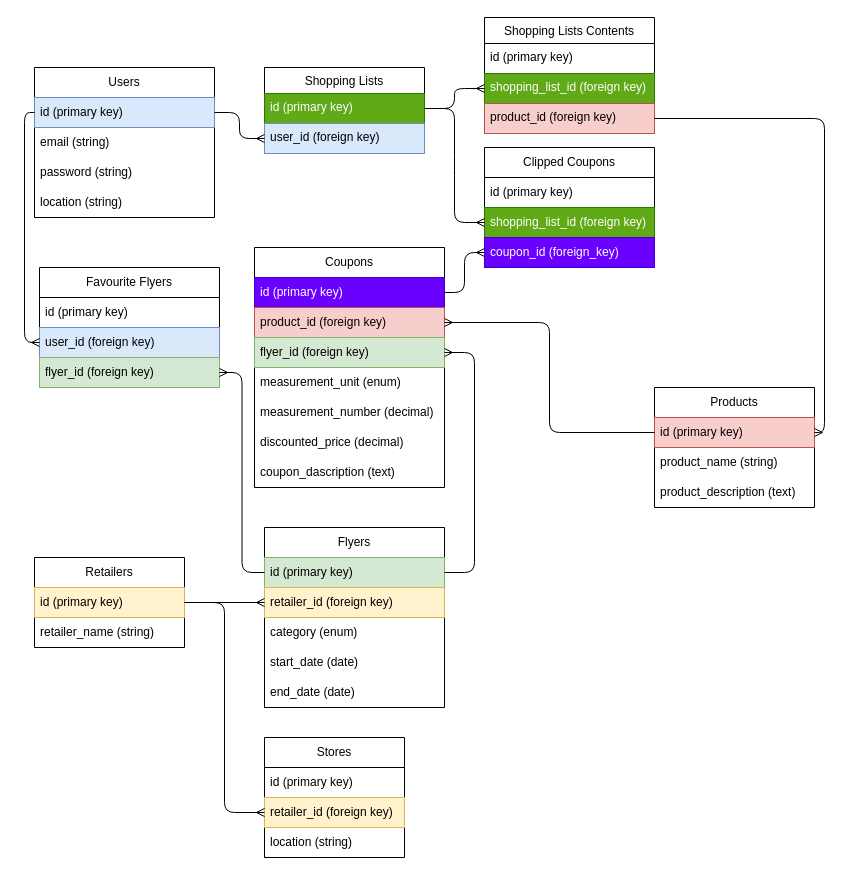
Before: db-schema/relational_data_model.drawio in LaraCroftDev/flipp-app, a draw.io diagram. Source tidied: cells renumbered, new cells numbered last; positions are measured from the earlier drawing's top-left corner, leaving out a move shared by most shapes. Both pictures are drawn from the tidied source at 100%, with x=0, y=0 at pixel (34, 17).
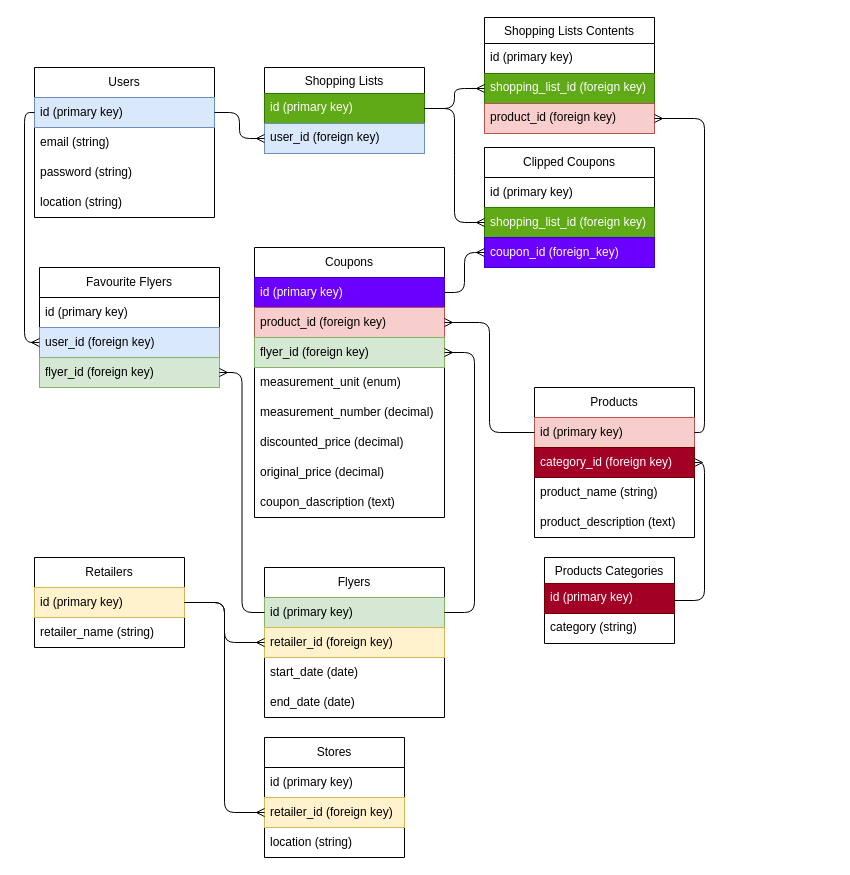
After the change.

Commit message:
updated relational data model

Unchanged cells that the change refers to:
```xml
<mxCell id="23" value="id (primary key)" style="text;strokeColor=#b85450;fillColor=#f8cecc;align=left;verticalAlign=middle;spacingLeft=4;spacingRight=4;overflow=hidden;points=[[0,0.5],[1,0.5]];portConstraint=eastwest;whiteSpace=wrap;html=1;" parent="22" vertex="1">
  <mxGeometry y="30" width="160" height="30" as="geometry" />
</mxCell>
<mxCell id="42" value="product_id (foreign key)" style="text;strokeColor=#b85450;fillColor=#f8cecc;spacingLeft=4;spacingRight=4;overflow=hidden;points=[[0,0.5],[1,0.5]];portConstraint=eastwest;fontSize=12;" parent="39" vertex="1">
  <mxGeometry y="86" width="170" height="30" as="geometry" />
</mxCell>
```

Diff of the diagram source:
```diff
@@
     <mxCell id="15" value="Flyers" style="swimlane;fontStyle=0;horizontal=1;startSize=30;whiteSpace=wrap;html=1;" parent="1" vertex="1">
-      <mxGeometry x="230" y="510" width="180" height="180" as="geometry" />
+      <mxGeometry x="230" y="550" width="180" height="150" as="geometry" />
     </mxCell>
@@
-    <mxCell id="18" value="category (enum)" style="text;strokeColor=none;fillColor=none;align=left;verticalAlign=middle;spacingLeft=4;spacingRight=4;overflow=hidden;whiteSpace=wrap;html=1;" parent="15" vertex="1">
-      <mxGeometry y="90" width="180" height="30" as="geometry" />
-    </mxCell>
     <mxCell id="19" value="start_date (date)" style="text;strokeColor=none;fillColor=none;align=left;verticalAlign=middle;spacingLeft=4;spacingRight=4;overflow=hidden;whiteSpace=wrap;html=1;" parent="15" vertex="1">
-      <mxGeometry y="120" width="180" height="30" as="geometry" />
+      <mxGeometry y="90" width="180" height="30" as="geometry" />
     </mxCell>
     <mxCell id="20" value="end_date (date)" style="text;strokeColor=none;fillColor=none;align=left;verticalAlign=middle;spacingLeft=4;spacingRight=4;overflow=hidden;whiteSpace=wrap;html=1;" parent="15" vertex="1">
-      <mxGeometry y="150" width="180" height="30" as="geometry" />
+      <mxGeometry y="120" width="180" height="30" as="geometry" />
     </mxCell>
@@
     <mxCell id="22" value="Products" style="swimlane;fontStyle=0;horizontal=1;startSize=30;whiteSpace=wrap;html=1;" parent="1" vertex="1">
-      <mxGeometry x="620" y="370" width="160" height="120" as="geometry" />
+      <mxGeometry x="500" y="370" width="160" height="150" as="geometry" />
     </mxCell>
@@
+    <mxCell id="58" value="category_id (foreign key)" style="text;strokeColor=#6F0000;fillColor=#a20025;align=left;verticalAlign=middle;spacingLeft=4;spacingRight=4;overflow=hidden;points=[[0,0.5],[1,0.5]];portConstraint=eastwest;whiteSpace=wrap;html=1;fontColor=#ffffff;" parent="22" vertex="1">
+      <mxGeometry y="60" width="160" height="30" as="geometry" />
+    </mxCell>
     <mxCell id="24" value="product_name (string)" style="text;strokeColor=none;fillColor=none;align=left;verticalAlign=middle;spacingLeft=4;spacingRight=4;overflow=hidden;whiteSpace=wrap;html=1;" parent="22" vertex="1">
-      <mxGeometry y="60" width="160" height="30" as="geometry" />
+      <mxGeometry y="90" width="160" height="30" as="geometry" />
     </mxCell>
     <mxCell id="25" value="product_description (text)" style="text;strokeColor=none;fillColor=none;align=left;verticalAlign=middle;spacingLeft=4;spacingRight=4;overflow=hidden;whiteSpace=wrap;html=1;" parent="22" vertex="1">
-      <mxGeometry y="90" width="160" height="30" as="geometry" />
+      <mxGeometry y="120" width="160" height="30" as="geometry" />
     </mxCell>
     <mxCell id="26" value="Coupons" style="swimlane;fontStyle=0;horizontal=1;startSize=30;whiteSpace=wrap;html=1;" parent="1" vertex="1">
-      <mxGeometry x="220" y="230" width="190" height="240" as="geometry" />
+      <mxGeometry x="220" y="230" width="190" height="270" as="geometry" />
     </mxCell>
@@
+    <mxCell id="59" value="original_price (decimal)" style="text;strokeColor=none;fillColor=none;align=left;verticalAlign=middle;spacingLeft=4;spacingRight=4;overflow=hidden;whiteSpace=wrap;html=1;" parent="26" vertex="1">
+      <mxGeometry y="210" width="190" height="30" as="geometry" />
+    </mxCell>
     <mxCell id="33" value="coupon_dascription (text)" style="text;strokeColor=none;fillColor=none;align=left;verticalAlign=middle;spacingLeft=4;spacingRight=4;overflow=hidden;whiteSpace=wrap;html=1;" parent="26" vertex="1">
-      <mxGeometry y="210" width="190" height="30" as="geometry" />
+      <mxGeometry y="240" width="190" height="30" as="geometry" />
     </mxCell>
@@
-    <mxCell id="56" style="edgeStyle=orthogonalEdgeStyle;fontSize=12;html=1;endArrow=ERmany;entryX=1;entryY=0.5;entryDx=0;entryDy=0;exitX=1;exitY=0.5;exitDx=0;exitDy=0;" parent="1" edge="1" source="42" target="23">
-      <mxGeometry relative="1" as="geometry" />
-    </mxCell>
@@
+    <mxCell id="60" value="Products Categories" style="swimlane;fontStyle=0;horizontal=1;startSize=26;align=center;fontSize=12;" parent="1" vertex="1">
+      <mxGeometry x="510" y="540" width="130" height="86" as="geometry" />
+    </mxCell>
+    <mxCell id="61" value="id (primary key)" style="text;strokeColor=#6F0000;fillColor=#a20025;spacingLeft=4;spacingRight=4;overflow=hidden;fontSize=12;fontColor=#ffffff;" parent="60" vertex="1">
+      <mxGeometry y="26" width="130" height="30" as="geometry" />
+    </mxCell>
+    <mxCell id="62" value="category (string)" style="text;strokeColor=none;fillColor=none;spacingLeft=4;spacingRight=4;overflow=hidden;fontSize=12;" parent="60" vertex="1">
+      <mxGeometry y="56" width="130" height="30" as="geometry" />
+    </mxCell>
+    <mxCell id="63" style="edgeStyle=orthogonalEdgeStyle;fontSize=12;html=1;endArrow=ERmany;entryX=1;entryY=0.5;entryDx=0;entryDy=0;exitX=1;exitY=0.5;exitDx=0;exitDy=0;" parent="1" edge="1" source="23" target="42">
+      <mxGeometry relative="1" as="geometry" />
+    </mxCell>
+    <mxCell id="64" style="edgeStyle=orthogonalEdgeStyle;fontSize=12;html=1;endArrow=ERmany;entryX=1;entryY=0.5;entryDx=0;entryDy=0;exitX=1;exitY=0.5;exitDx=0;exitDy=0;" parent="1" edge="1" source="60" target="58">
+      <mxGeometry relative="1" as="geometry" />
+    </mxCell>
```
